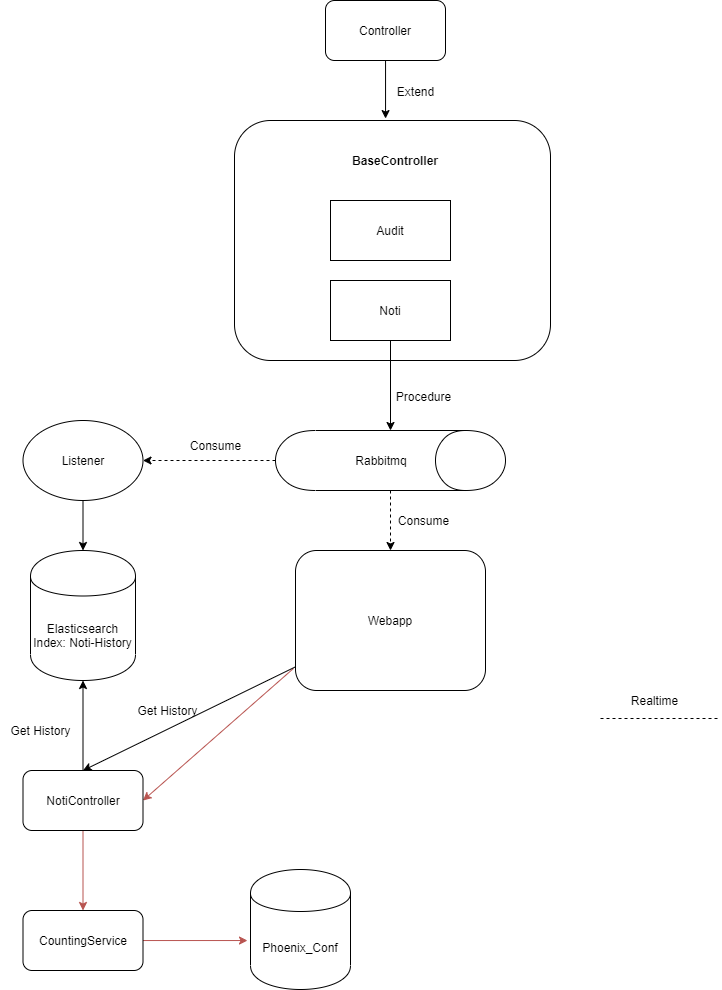
hahalulu/gist keeps this draw.io diagram as Noti.png. Above is the earlier version. Source tidied: cells renumbered, new cells last; positions are measured from the earlier drawing's top-left corner, leaving out a move shared by most shapes. The source it was exported from:
```xml
<mxGraphModel>
  <root>
    <mxCell id="0" />
    <mxCell id="1" parent="0" />
    <mxCell id="2" style="rounded=1;whiteSpace=wrap;html=1;" parent="1" vertex="1">
      <mxGeometry x="234" y="120" width="316" height="240" as="geometry" />
    </mxCell>
    <mxCell id="3" style="edgeStyle=orthogonalEdgeStyle;rounded=0;jettySize=auto;html=1;" parent="1" edge="1" source="4" target="8">
      <mxGeometry relative="1" as="geometry" />
    </mxCell>
    <mxCell id="4" value="Noti" style="rounded=0;whiteSpace=wrap;html=1;" parent="1" vertex="1">
      <mxGeometry x="330" y="280" width="120" height="60" as="geometry" />
    </mxCell>
    <mxCell id="5" value="Audit" style="rounded=0;whiteSpace=wrap;html=1;" parent="1" vertex="1">
      <mxGeometry x="330" y="200" width="120" height="60" as="geometry" />
    </mxCell>
    <mxCell id="6" style="edgeStyle=orthogonalEdgeStyle;rounded=0;jettySize=auto;html=1;entryX=1;entryY=0.5;entryDx=0;entryDy=0;dashed=1;" parent="1" edge="1" source="8" target="13">
      <mxGeometry relative="1" as="geometry" />
    </mxCell>
    <mxCell id="7" style="edgeStyle=orthogonalEdgeStyle;rounded=0;jettySize=auto;html=1;entryX=0.5;entryY=0;entryDx=0;entryDy=0;dashed=1;" parent="1" edge="1" source="8" target="11">
      <mxGeometry relative="1" as="geometry" />
    </mxCell>
    <mxCell id="8" value="Rabbitmq" style="shape=cylinder;whiteSpace=wrap;html=1;boundedLbl=1;backgroundOutline=1;direction=south;" parent="1" vertex="1">
      <mxGeometry x="275" y="430" width="230" height="60" as="geometry" />
    </mxCell>
    <mxCell id="9" style="rounded=0;jettySize=auto;html=1;entryX=1;entryY=0.5;entryDx=0;entryDy=0;exitX=-0.011;exitY=0.843;exitDx=0;exitDy=0;exitPerimeter=0;fillColor=#f8cecc;strokeColor=#b85450;" parent="1" edge="1" source="11" target="17">
      <mxGeometry relative="1" as="geometry" />
    </mxCell>
    <mxCell id="10" style="edgeStyle=none;rounded=0;jettySize=auto;html=1;entryX=0.5;entryY=0;entryDx=0;entryDy=0;" parent="1" edge="1" source="11" target="17">
      <mxGeometry relative="1" as="geometry" />
    </mxCell>
    <mxCell id="11" value="Webapp" style="rounded=1;whiteSpace=wrap;html=1;" parent="1" vertex="1">
      <mxGeometry x="295" y="550" width="190" height="140" as="geometry" />
    </mxCell>
    <mxCell id="12" style="edgeStyle=orthogonalEdgeStyle;rounded=0;jettySize=auto;html=1;" parent="1" edge="1" source="13" target="14">
      <mxGeometry relative="1" as="geometry" />
    </mxCell>
    <mxCell id="13" value="Listener" style="ellipse;whiteSpace=wrap;html=1;" parent="1" vertex="1">
      <mxGeometry x="22.5" y="420" width="120" height="80" as="geometry" />
    </mxCell>
    <mxCell id="14" value="Elasticsearch&lt;br&gt;Index: Noti-History" style="shape=cylinder;whiteSpace=wrap;html=1;boundedLbl=1;backgroundOutline=1;" parent="1" vertex="1">
      <mxGeometry x="30" y="550" width="105" height="130" as="geometry" />
    </mxCell>
    <mxCell id="15" style="edgeStyle=orthogonalEdgeStyle;rounded=0;jettySize=auto;html=1;entryX=0.5;entryY=1;entryDx=0;entryDy=0;" parent="1" edge="1" source="17" target="14">
      <mxGeometry relative="1" as="geometry" />
    </mxCell>
    <mxCell id="16" style="edgeStyle=orthogonalEdgeStyle;rounded=0;jettySize=auto;html=1;entryX=0.5;entryY=0;entryDx=0;entryDy=0;fillColor=#f8cecc;strokeColor=#b85450;" parent="1" edge="1" source="17" target="29">
      <mxGeometry relative="1" as="geometry" />
    </mxCell>
    <mxCell id="17" value="NotiController" style="rounded=1;whiteSpace=wrap;html=1;" parent="1" vertex="1">
      <mxGeometry x="22.5" y="770" width="120" height="60" as="geometry" />
    </mxCell>
    <mxCell id="18" value="Extend" style="text;html=1;align=center;verticalAlign=middle;" parent="1" vertex="1">
      <mxGeometry x="390" y="81" width="50" height="20" as="geometry" />
    </mxCell>
    <mxCell id="19" value="&lt;b&gt;BaseController&lt;/b&gt;" style="text;html=1;strokeColor=none;fillColor=none;align=center;verticalAlign=middle;whiteSpace=wrap;rounded=0;" parent="1" vertex="1">
      <mxGeometry x="350" y="150" width="90" height="20" as="geometry" />
    </mxCell>
    <mxCell id="20" value="Consume" style="text;html=1;align=center;verticalAlign=middle;" parent="1" vertex="1">
      <mxGeometry x="180" y="435" width="70" height="20" as="geometry" />
    </mxCell>
    <mxCell id="21" value="Consume" style="text;html=1;align=center;verticalAlign=middle;" parent="1" vertex="1">
      <mxGeometry x="388" y="510" width="70" height="20" as="geometry" />
    </mxCell>
    <mxCell id="22" value="Procedure" style="text;html=1;align=center;verticalAlign=middle;" parent="1" vertex="1">
      <mxGeometry x="388" y="386" width="70" height="20" as="geometry" />
    </mxCell>
    <mxCell id="23" style="endArrow=none;dashed=1;html=1;" parent="1" edge="1">
      <mxGeometry relative="1" as="geometry">
        <mxPoint x="600" y="718" as="sourcePoint" />
        <mxPoint x="720" y="718" as="targetPoint" />
      </mxGeometry>
    </mxCell>
    <mxCell id="24" value="Realtime" style="text;html=1;align=center;verticalAlign=middle;" parent="1" vertex="1">
      <mxGeometry x="624" y="690" width="60" height="20" as="geometry" />
    </mxCell>
    <mxCell id="25" value="Get History" style="text;html=1;align=center;verticalAlign=middle;" parent="1" vertex="1">
      <mxGeometry y="720" width="80" height="20" as="geometry" />
    </mxCell>
    <mxCell id="26" style="edgeStyle=orthogonalEdgeStyle;rounded=0;jettySize=auto;html=1;entryX=0.478;entryY=-0.008;entryDx=0;entryDy=0;entryPerimeter=0;" parent="1" edge="1" source="27" target="2">
      <mxGeometry relative="1" as="geometry" />
    </mxCell>
    <mxCell id="27" value="Controller" style="rounded=1;whiteSpace=wrap;html=1;" parent="1" vertex="1">
      <mxGeometry x="325" width="120" height="60" as="geometry" />
    </mxCell>
    <mxCell id="28" style="edgeStyle=orthogonalEdgeStyle;rounded=0;jettySize=auto;html=1;entryX=-0.03;entryY=0.592;entryDx=0;entryDy=0;entryPerimeter=0;fillColor=#f8cecc;strokeColor=#b85450;" parent="1" edge="1" source="29" target="30">
      <mxGeometry relative="1" as="geometry" />
    </mxCell>
    <mxCell id="29" value="CountingService" style="rounded=1;whiteSpace=wrap;html=1;" parent="1" vertex="1">
      <mxGeometry x="22.5" y="910" width="120" height="60" as="geometry" />
    </mxCell>
    <mxCell id="30" value="Phoenix_Conf" style="shape=cylinder;whiteSpace=wrap;html=1;boundedLbl=1;backgroundOutline=1;" parent="1" vertex="1">
      <mxGeometry x="250" y="869" width="100" height="120" as="geometry" />
    </mxCell>
    <mxCell id="31" value="Get History" style="text;html=1;align=center;verticalAlign=middle;" parent="1" vertex="1">
      <mxGeometry x="127" y="700" width="80" height="20" as="geometry" />
    </mxCell>
  </root>
</mxGraphModel>
```
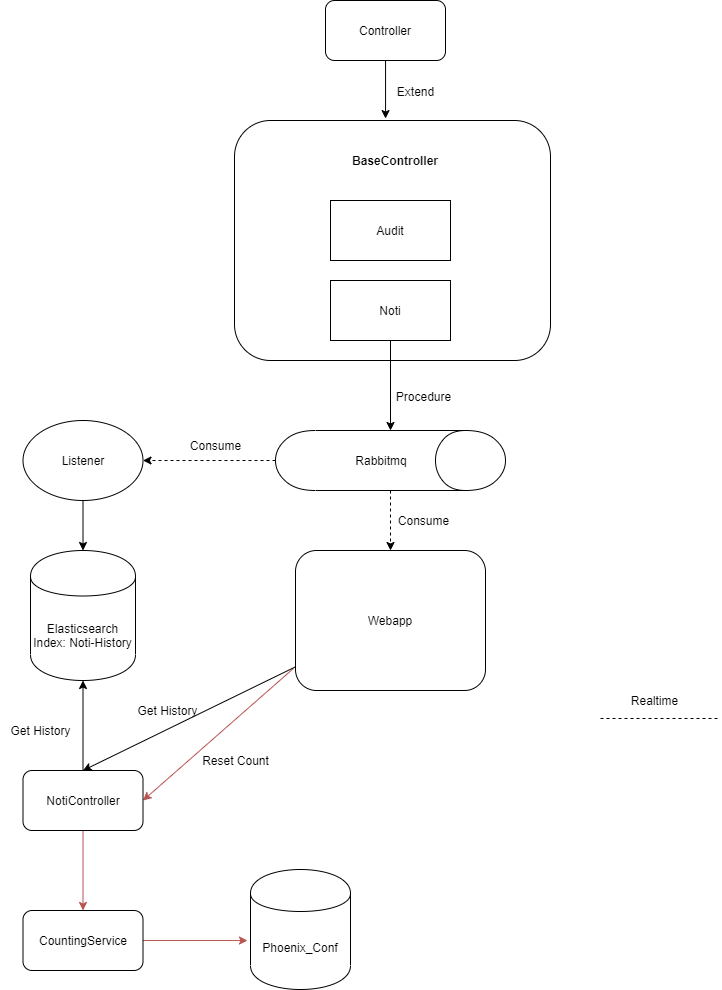
Later version of the same file.

Change to the diagram source:
```diff
@@ -95,5 +95,8 @@
     <mxCell id="31" value="Get History" style="text;html=1;align=center;verticalAlign=middle;" parent="1" vertex="1">
       <mxGeometry x="127" y="700" width="80" height="20" as="geometry" />
     </mxCell>
+    <mxCell id="32" value="Reset Count" style="text;html=1;align=center;verticalAlign=middle;" parent="1" vertex="1">
+      <mxGeometry x="195" y="750" width="80" height="20" as="geometry" />
+    </mxCell>
   </root>
 </mxGraphModel>
```
